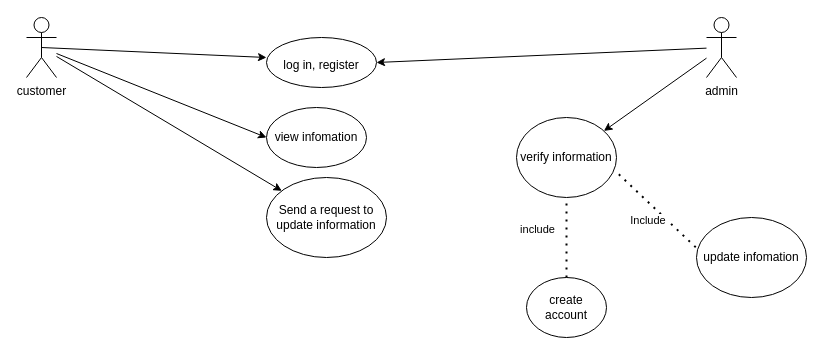
This is Biểu đồ không có tiêu đề.drawio from cuong23824/Sem_2, a draw.io file, before an edit. Source tidied: cells renumbered, new cells numbered last; positions are measured from the earlier drawing's top-left corner, leaving out a move shared by most shapes. Both pictures are drawn from the tidied source at 100%, with x=0, y=0 at pixel (26, 17).
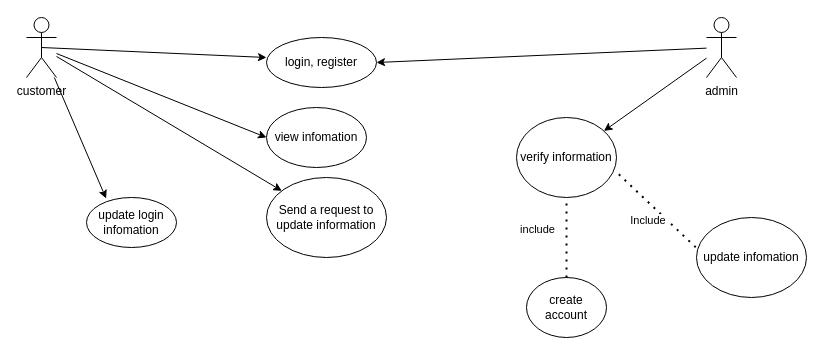
The same page after the edit.

Commit message (it also covers changes not shown here):
Cập nhật Biểu đồ không có tiêu đề.drawio

Unchanged cells that the change refers to:
```xml
<mxCell id="2" value="customer" style="shape=umlActor;verticalLabelPosition=bottom;verticalAlign=top;html=1;outlineConnect=0;" parent="1" vertex="1">
  <mxGeometry width="30" height="60" as="geometry" />
</mxCell>
```

Change to the diagram source:
```diff
@@
-    <mxCell id="4" value="&lt;br&gt;log in, register" style="ellipse;whiteSpace=wrap;html=1;verticalAlign=top;align=center;" parent="1" vertex="1">
+    <mxCell id="4" value="login,&amp;nbsp;register" style="ellipse;whiteSpace=wrap;html=1;verticalAlign=middle;align=center;" parent="1" vertex="1">
       <mxGeometry x="240" y="20" width="110" height="50" as="geometry" />
     </mxCell>
@@
+    <mxCell id="17" value="update login infomation" style="ellipse;whiteSpace=wrap;html=1;" parent="1" vertex="1">
+      <mxGeometry x="60" y="180" width="90" height="50" as="geometry" />
+    </mxCell>
+    <mxCell id="18" style="endArrow=classic;html=1;rounded=0;entryX=0.218;entryY=0.02;entryDx=0;entryDy=0;entryPerimeter=0;" parent="1" edge="1" source="2" target="17">
+      <mxGeometry relative="1" as="geometry" />
+    </mxCell>
```
